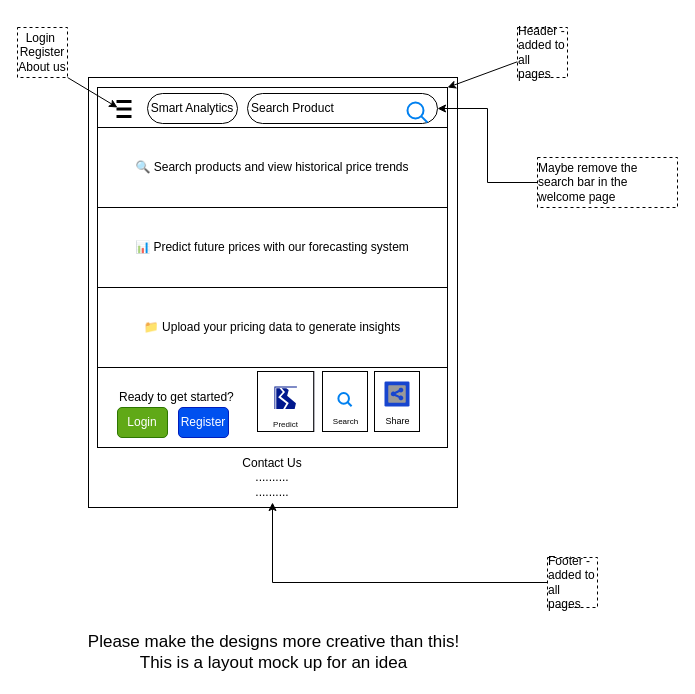
This is page "Welcome page" (1 of 4) of app/static/mockup/draw-io-file/FE-Mockups.drawio from Kaichao-Zheng/CITS5505-GroupProject, a draw.io file, before an edit. Source tidied: cells renumbered, new cells numbered last; positions are measured from the earlier drawing's top-left corner, leaving out a move shared by most shapes. Both pictures are drawn from the tidied source at 100%, with x=0, y=0 at pixel (17, 27).
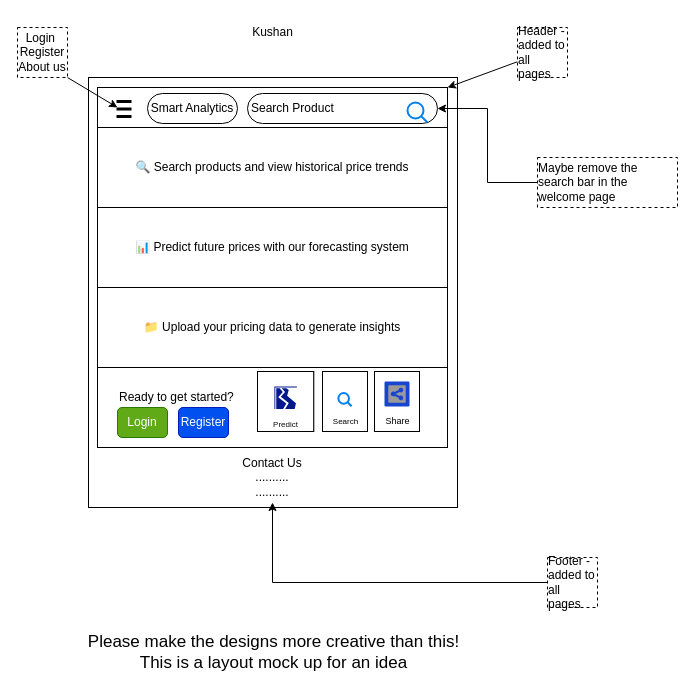
The same diagram, later.

The edit, as a diff of the source:
```diff
@@
+    <mxCell id="37" value="Kushan" style="text;html=1;align=center;verticalAlign=middle;strokeColor=none;fillColor=none;" parent="1" vertex="1">
+      <mxGeometry x="225" y="-10" width="60" height="30" as="geometry" />
+    </mxCell>
```
